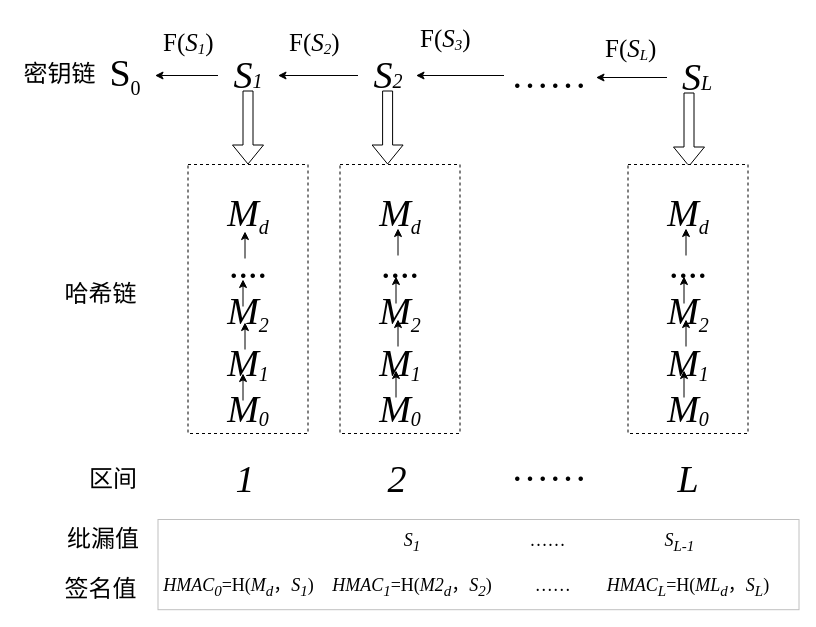
asdlijinquan/- keeps this draw.io diagram as page "第 9 页" (9 of 14) of jieshou.drawio. Above is the earlier version. Source tidied: cells renumbered, new cells numbered last; positions are measured from the earlier drawing's top-left corner, leaving out a move shared by most shapes. Both pictures are drawn from the tidied source at 100%, with x=0, y=0 at pixel (17, 17).
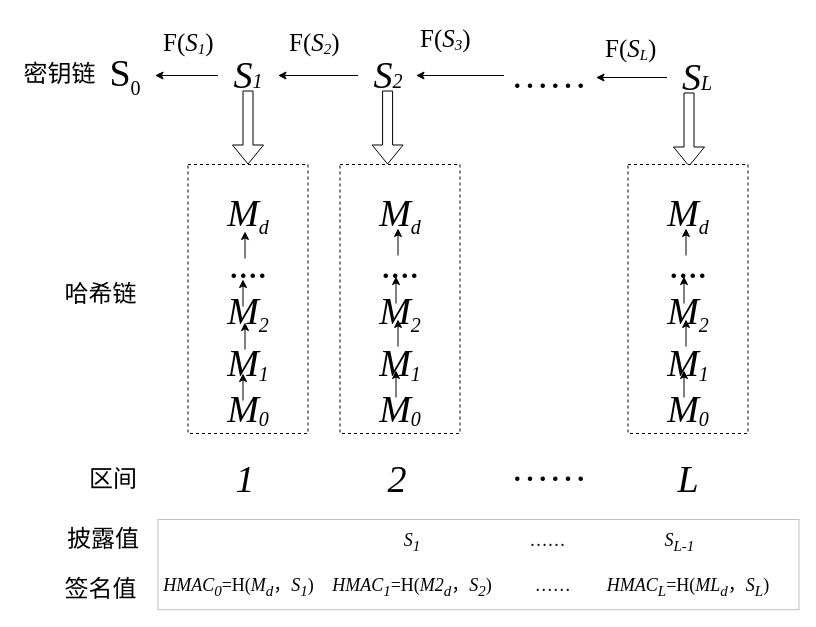
The same diagram, later.

The edit, as a diff of the source:
```diff
@@
-    <mxCell id="41" value="&lt;font style=&quot;font-size: 24px;&quot;&gt;纰漏值&lt;/font&gt;" style="text;html=1;strokeColor=none;fillColor=none;align=center;verticalAlign=middle;whiteSpace=wrap;rounded=0;fontSize=20;fontFamily=Times New Roman;fontColor=#000000;" parent="1" vertex="1">
+    <mxCell id="41" value="&lt;font style=&quot;font-size: 24px;&quot;&gt;披露值&lt;/font&gt;" style="text;html=1;strokeColor=none;fillColor=none;align=center;verticalAlign=middle;whiteSpace=wrap;rounded=0;fontSize=20;fontFamily=Times New Roman;fontColor=#000000;" parent="1" vertex="1">
       <mxGeometry x="46" y="507" width="80" height="30" as="geometry" />
     </mxCell>
```
